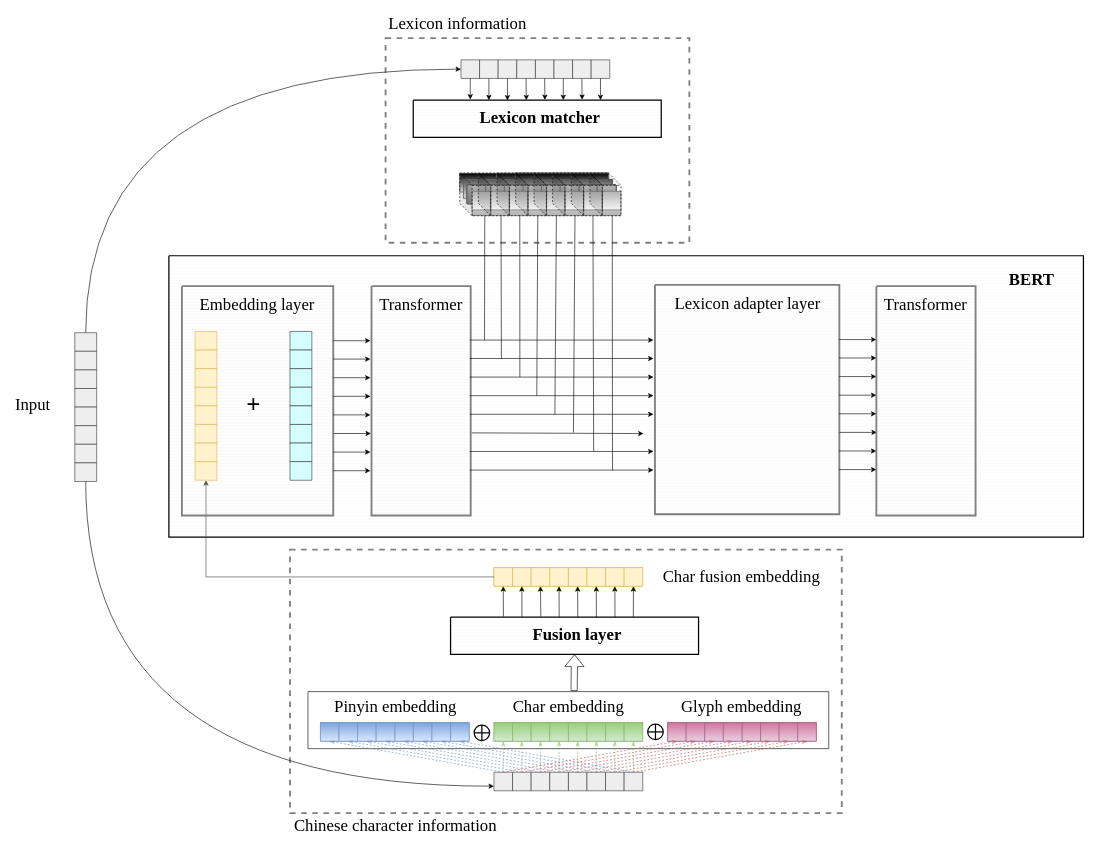
Earlier version of the draw.io diagram SCLert_model.drawio (JJackMoO/Jackert_draw). Source tidied: cells renumbered, new cells numbered last; positions are measured from the earlier drawing's top-left corner, leaving out a move shared by most shapes. Both pictures are drawn from the tidied source at 62%, with x=0, y=0 at pixel (11, 11).
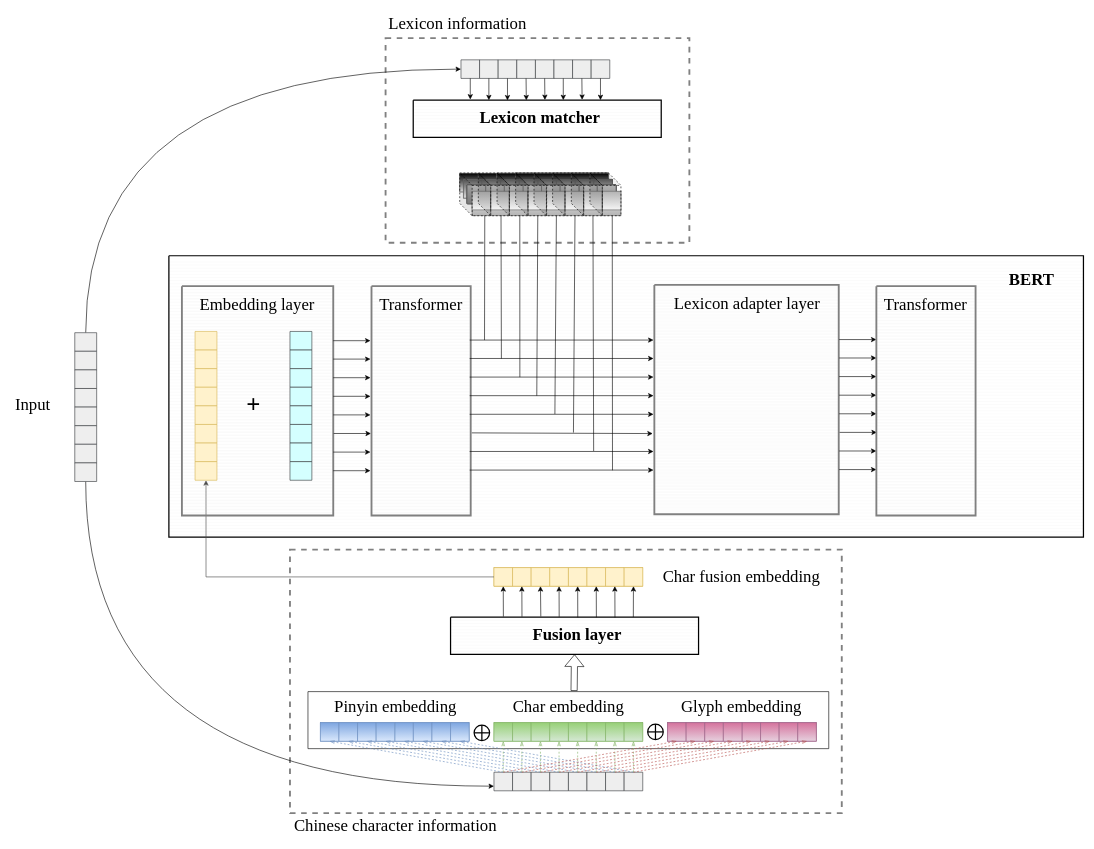
The same page after the edit.

The change refers to these unchanged cells:
```xml
<mxCell id="2" style="verticalLabelPosition=bottom;verticalAlign=top;html=1;shape=mxgraph.basic.patternFillRect;fillStyle=hor;step=5;fillStrokeWidth=0.2;fillStrokeColor=#dddddd;shadow=0;sketch=0;fontFamily=Times New Roman;fontSize=27;strokeColor=#000000;strokeWidth=2;fillColor=none;gradientColor=#ffffff;gradientDirection=north;" parent="1" vertex="1">
  <mxGeometry x="254.9" y="395" width="1475.1" height="453.8" as="geometry" />
</mxCell>
<mxCell id="392" style="group;" parent="1" vertex="1">
  <mxGeometry x="740" y="531" width="296.5" height="209.7" as="geometry" />
</mxCell>
```

Change to the diagram source:
```diff
@@
     <mxCell id="129" style="group;" parent="1" vertex="1">
-      <mxGeometry x="1036" y="442" width="297.4" height="370" as="geometry" />
+      <mxGeometry x="1035" y="442" width="297.4" height="370" as="geometry" />
     </mxCell>
@@
-    <mxCell id="398" style="endArrow=classic;html=1;rounded=0;entryX=0.519;entryY=0.632;entryDx=0;entryDy=0;entryPerimeter=0;" parent="392" edge="1" target="2">
+    <mxCell id="398" style="endArrow=classic;html=1;rounded=0;entryX=0.529;entryY=0.632;entryDx=0;entryDy=0;entryPerimeter=0;" parent="392" edge="1" target="2">
       <mxGeometry relative="1" as="geometry">
         <mxPoint x="3.5" y="149.7" as="sourcePoint" />
       </mxGeometry>
     </mxCell>
```
